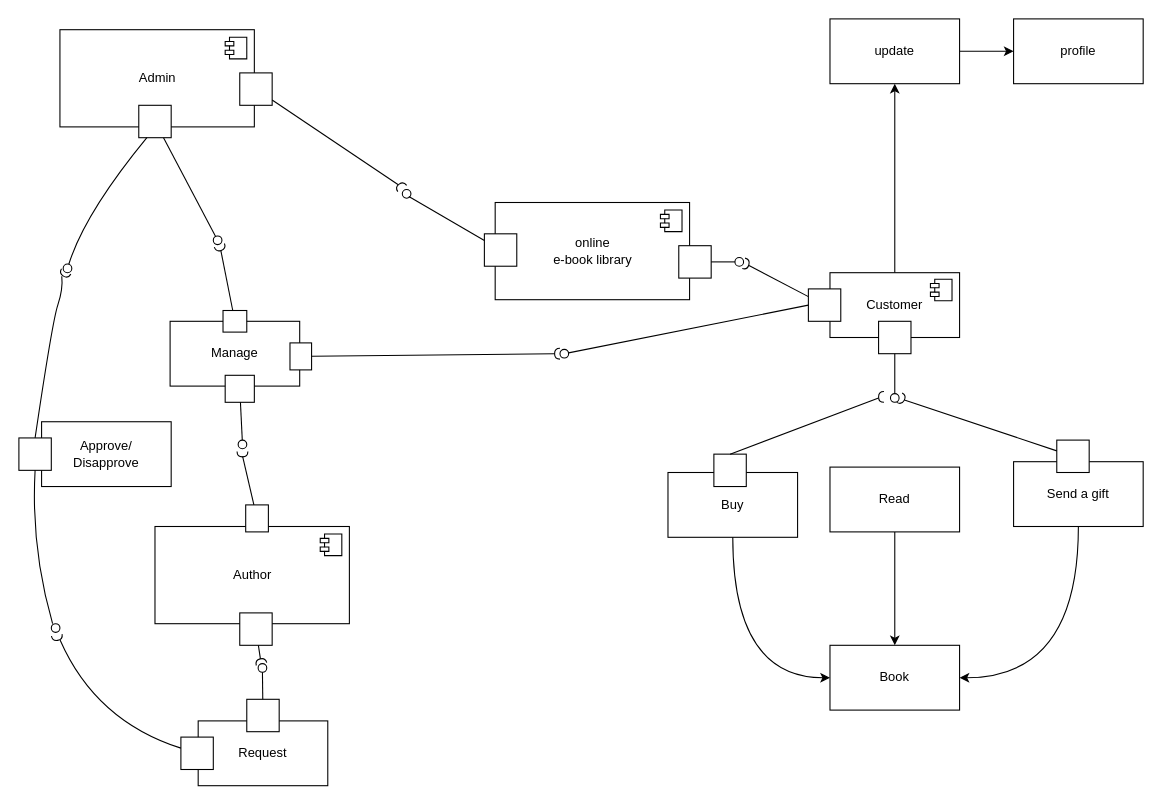
Earlier version of the draw.io diagram Untitled Diagram.drawio (SolomonSitotaw23/Todo-react.js). Source tidied: cells renumbered, new cells numbered last; positions are measured from the earlier drawing's top-left corner, leaving out a move shared by most shapes. Both pictures are drawn from the tidied source at 108%, with x=0, y=0 at pixel (18, 18).
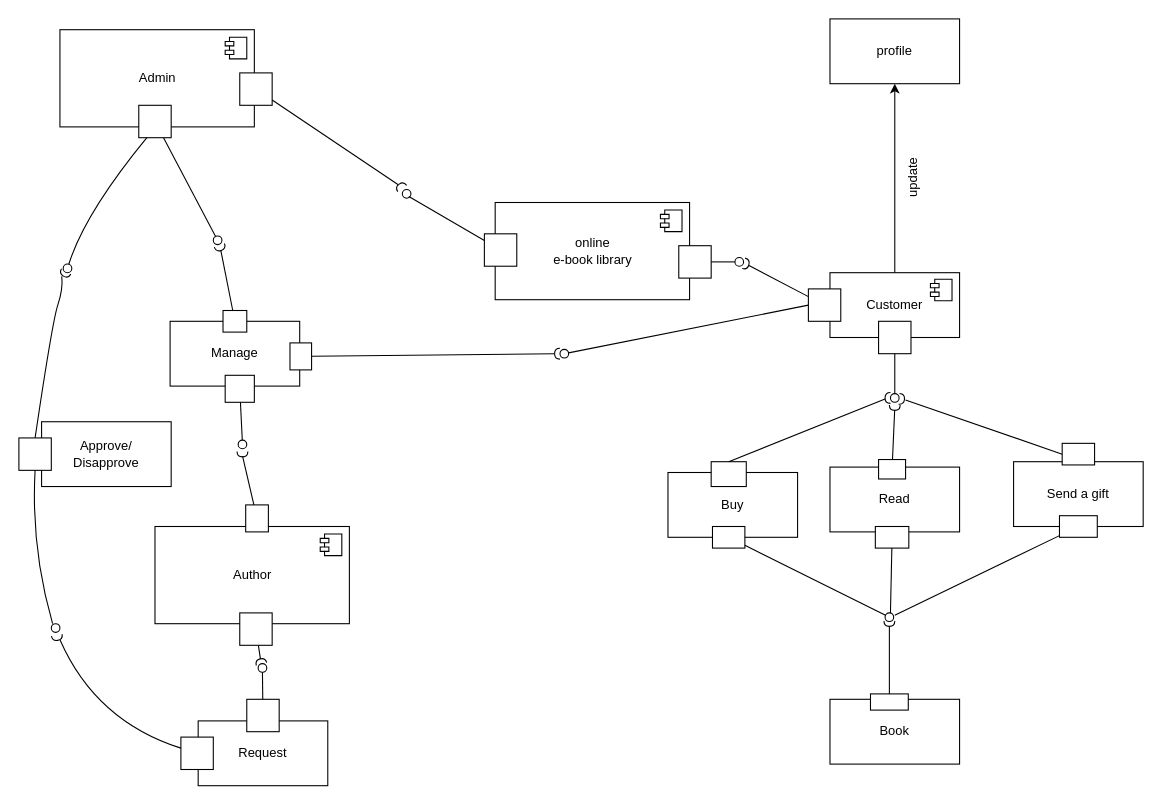
The same page after the edit.

The change refers to these unchanged cells:
```xml
<mxCell id="5" value="Customer" style="whiteSpace=wrap;html=1;rounded=0;" parent="1" vertex="1">
  <mxGeometry x="751" y="235" width="120" height="60" as="geometry" />
</mxCell>
<mxCell id="16" value="Send a gift" style="whiteSpace=wrap;html=1;rounded=0;" parent="1" vertex="1">
  <mxGeometry x="921" y="410" width="120" height="60" as="geometry" />
</mxCell>
<mxCell id="17" value="Buy" style="whiteSpace=wrap;html=1;rounded=0;" parent="1" vertex="1">
  <mxGeometry x="601" y="420" width="120" height="60" as="geometry" />
</mxCell>
<mxCell id="18" value="Read" style="whiteSpace=wrap;html=1;rounded=0;" parent="1" vertex="1">
  <mxGeometry x="751" y="415" width="120" height="60" as="geometry" />
</mxCell>
```

What changed in the source:
```diff
@@
-    <mxCell id="4" style="edgeStyle=orthogonalEdgeStyle;rounded=0;jettySize=auto;html=1;curved=1;" parent="1" edge="1" source="5" target="12">
-      <mxGeometry relative="1" as="geometry" />
+    <mxCell id="4" style="edgeStyle=orthogonalEdgeStyle;rounded=0;jettySize=auto;html=1;curved=1;" parent="1" edge="1" source="5">
+      <mxGeometry relative="1" as="geometry">
+        <mxPoint x="811" y="60" as="targetPoint" />
+      </mxGeometry>
     </mxCell>
@@
-    <mxCell id="11" style="edgeStyle=orthogonalEdgeStyle;rounded=0;jettySize=auto;html=1;curved=1;" parent="1" edge="1" source="12" target="13">
-      <mxGeometry relative="1" as="geometry" />
-    </mxCell>
-    <mxCell id="12" value="update" style="whiteSpace=wrap;html=1;rounded=0;" parent="1" vertex="1">
-      <mxGeometry x="751" width="120" height="60" as="geometry" />
-    </mxCell>
     <mxCell id="13" value="profile" style="whiteSpace=wrap;html=1;rounded=0;" parent="1" vertex="1">
-      <mxGeometry x="921" width="120" height="60" as="geometry" />
+      <mxGeometry x="751" width="120" height="60" as="geometry" />
     </mxCell>
@@
-    <mxCell id="15" style="edgeStyle=orthogonalEdgeStyle;rounded=0;jettySize=auto;html=1;curved=1;" parent="1" edge="1" source="16" target="19">
-      <mxGeometry relative="1" as="geometry">
-        <Array as="points">
-          <mxPoint x="981" y="610" />
-        </Array>
-      </mxGeometry>
-    </mxCell>
@@
     <mxCell id="19" value="Book" style="whiteSpace=wrap;html=1;rounded=0;" parent="1" vertex="1">
-      <mxGeometry x="751" y="580" width="120" height="60" as="geometry" />
+      <mxGeometry x="751" y="630" width="120" height="60" as="geometry" />
     </mxCell>
-    <mxCell id="20" style="endArrow=classic;html=1;rounded=0;entryX=0.5;entryY=0;entryDx=0;entryDy=0;exitX=0.5;exitY=1;exitDx=0;exitDy=0;curved=1;" parent="1" edge="1" source="18" target="19">
-      <mxGeometry relative="1" as="geometry" />
-    </mxCell>
-    <mxCell id="21" style="endArrow=classic;html=1;rounded=0;entryX=0;entryY=0.5;entryDx=0;entryDy=0;exitX=0.5;exitY=1;exitDx=0;exitDy=0;curved=1;" parent="1" edge="1" source="17" target="19">
-      <mxGeometry relative="1" as="geometry">
-        <Array as="points">
-          <mxPoint x="661" y="610" />
-        </Array>
-      </mxGeometry>
-    </mxCell>
@@
     <mxCell id="72" style="html=1;rounded=0;" parent="1" vertex="1">
-      <mxGeometry x="643.5" y="403" width="30" height="30" as="geometry" />
+      <mxGeometry x="641" y="410" width="32.5" height="23" as="geometry" />
     </mxCell>
@@
     <mxCell id="74" style="shape=requiredInterface;html=1;fontSize=11;align=center;fillColor=none;points=[];verticalAlign=bottom;labelPosition=center;verticalLabelPosition=top;flipH=1;" parent="1" vertex="1">
-      <mxGeometry x="796" y="345" width="5" height="10" as="geometry" />
+      <mxGeometry x="802" y="346" width="5" height="10" as="geometry" />
     </mxCell>
     <mxCell id="75" style="html=1;rounded=0;" parent="1" vertex="1">
-      <mxGeometry x="961" y="390" width="30" height="30" as="geometry" />
+      <mxGeometry x="966" y="393" width="30" height="20" as="geometry" />
     </mxCell>
-    <mxCell id="76" style="endArrow=none;html=1;rounded=0;align=center;verticalAlign=top;endFill=0;labelBackgroundColor=none;endSize=2;strokeColor=default;curved=1;" parent="1" edge="1" source="75" target="77">
-      <mxGeometry relative="1" as="geometry" />
+    <mxCell id="76" style="endArrow=none;html=1;rounded=0;align=center;verticalAlign=top;endFill=0;labelBackgroundColor=none;endSize=2;strokeColor=default;curved=1;exitX=0;exitY=0.5;exitDx=0;exitDy=0;" parent="1" edge="1" source="75">
+      <mxGeometry relative="1" as="geometry">
+        <mxPoint x="820.9" y="352.8" as="targetPoint" />
+      </mxGeometry>
     </mxCell>
-    <mxCell id="77" style="shape=requiredInterface;html=1;fontSize=11;align=center;fillColor=none;points=[];verticalAlign=bottom;labelPosition=center;verticalLabelPosition=top;flipH=1;rotation=-150;" parent="1" vertex="1">
+    <mxCell id="77" style="shape=requiredInterface;html=1;fontSize=11;align=center;fillColor=none;points=[];verticalAlign=bottom;labelPosition=center;verticalLabelPosition=top;flipH=1;rotation=-175;" parent="1" vertex="1">
       <mxGeometry x="815" y="347" width="5" height="10" as="geometry" />
     </mxCell>
+    <mxCell id="78" style="html=1;rounded=0;" parent="1" vertex="1">
+      <mxGeometry x="796" y="408" width="25" height="18" as="geometry" />
+    </mxCell>
+    <mxCell id="79" style="endArrow=none;html=1;rounded=0;align=center;verticalAlign=top;endFill=0;labelBackgroundColor=none;endSize=2;strokeColor=default;curved=1;" parent="1" edge="1" source="78" target="80">
+      <mxGeometry relative="1" as="geometry" />
+    </mxCell>
+    <mxCell id="80" style="shape=requiredInterface;html=1;fontSize=11;align=center;fillColor=none;points=[];verticalAlign=bottom;labelPosition=center;verticalLabelPosition=top;flipH=1;rotation=-90;" parent="1" vertex="1">
+      <mxGeometry x="808.5" y="355" width="5" height="10" as="geometry" />
+    </mxCell>
+    <mxCell id="81" style="html=1;rounded=0;" parent="1" vertex="1">
+      <mxGeometry x="642.2" y="470" width="30" height="20" as="geometry" />
+    </mxCell>
+    <mxCell id="82" style="endArrow=none;html=1;rounded=0;align=center;verticalAlign=top;endFill=0;labelBackgroundColor=none;endSize=2;strokeColor=default;curved=1;" parent="1" edge="1" source="81" target="83">
+      <mxGeometry relative="1" as="geometry" />
+    </mxCell>
+    <mxCell id="83" style="ellipse;html=1;fontSize=11;align=center;fillColor=none;points=[];verticalAlign=bottom;labelPosition=center;verticalLabelPosition=top;flipH=1;" parent="1" vertex="1">
+      <mxGeometry x="802" y="550" width="8" height="8" as="geometry" />
+    </mxCell>
+    <mxCell id="84" style="html=1;rounded=0;" parent="1" vertex="1">
+      <mxGeometry x="793" y="470" width="31" height="20" as="geometry" />
+    </mxCell>
+    <mxCell id="85" style="endArrow=none;html=1;rounded=0;align=center;verticalAlign=top;endFill=0;labelBackgroundColor=none;endSize=2;strokeColor=default;curved=1;entryX=0.375;entryY=0;entryDx=0;entryDy=0;entryPerimeter=0;" parent="1" edge="1" source="84" target="83">
+      <mxGeometry relative="1" as="geometry" />
+    </mxCell>
+    <mxCell id="86" style="html=1;rounded=0;" parent="1" vertex="1">
+      <mxGeometry x="963.5" y="460" width="35" height="20" as="geometry" />
+    </mxCell>
+    <mxCell id="87" style="endArrow=none;html=1;rounded=0;align=center;verticalAlign=top;endFill=0;labelBackgroundColor=none;endSize=2;strokeColor=default;curved=1;entryX=-0.125;entryY=0.269;entryDx=0;entryDy=0;entryPerimeter=0;" parent="1" edge="1" source="86" target="83">
+      <mxGeometry relative="1" as="geometry" />
+    </mxCell>
+    <mxCell id="88" style="html=1;rounded=0;" parent="1" vertex="1">
+      <mxGeometry x="788.5" y="625" width="35" height="15" as="geometry" />
+    </mxCell>
+    <mxCell id="89" style="endArrow=none;html=1;rounded=0;align=center;verticalAlign=top;endFill=0;labelBackgroundColor=none;endSize=2;strokeColor=default;curved=1;" parent="1" edge="1" source="88" target="90">
+      <mxGeometry relative="1" as="geometry" />
+    </mxCell>
+    <mxCell id="90" style="shape=requiredInterface;html=1;fontSize=11;align=center;fillColor=none;points=[];verticalAlign=bottom;labelPosition=center;verticalLabelPosition=top;flipH=1;rotation=-90;" parent="1" vertex="1">
+      <mxGeometry x="803.5" y="555" width="5" height="10" as="geometry" />
+    </mxCell>
+    <mxCell id="12" value="update" style="text;html=1;align=center;verticalAlign=middle;points=[];strokeColor=none;fillColor=none;rotation=-90;" parent="1" vertex="1">
+      <mxGeometry x="803.5" y="138" width="50" height="20" as="geometry" />
+    </mxCell>
```
